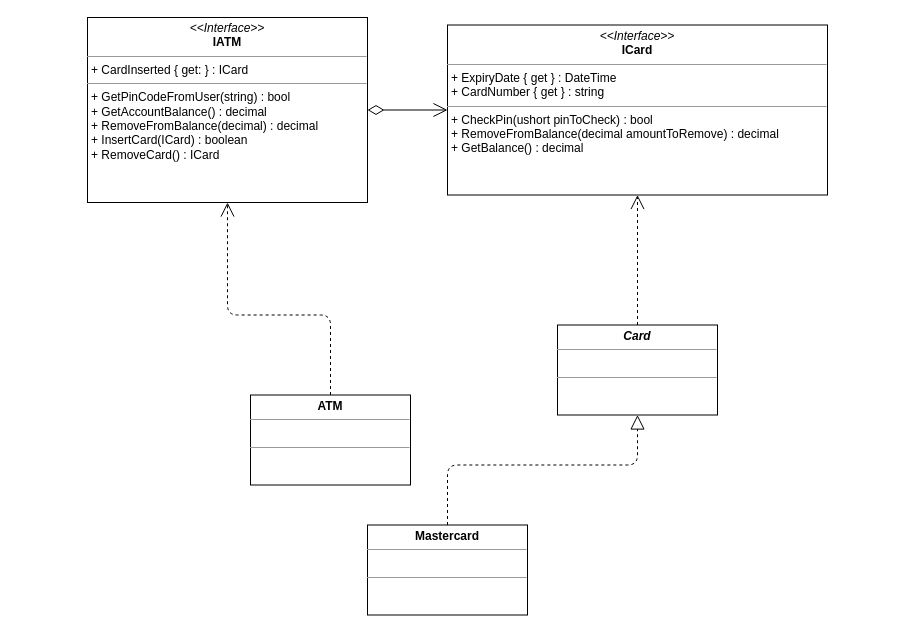
Earlier version of the draw.io diagram documents/ATM.drawio (mart610k/ATM-TestCases). Source tidied: cells renumbered, new cells numbered last; positions are measured from the earlier drawing's top-left corner, leaving out a move shared by most shapes. Both pictures are drawn from the tidied source at 100%, with x=0, y=0 at pixel (87, 17).
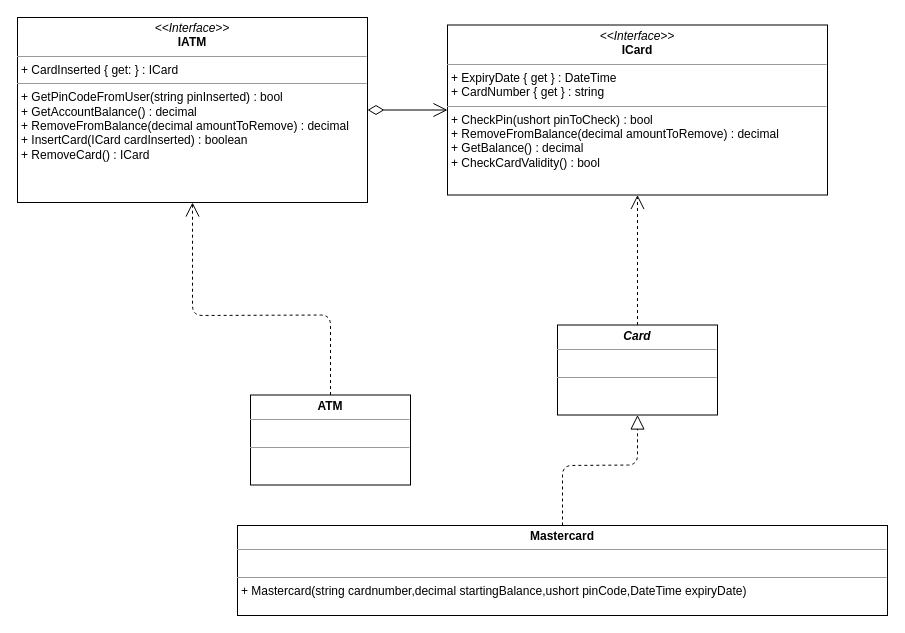
The same page after the edit.

Change to the diagram source:
```diff
@@
 <mxGraphModel>
   <root>
     <mxCell id="0" />
     <mxCell id="1" parent="0" />
-    <mxCell id="2" value="&lt;p style=&quot;margin: 0px ; margin-top: 4px ; text-align: center&quot;&gt;&lt;i&gt;&amp;lt;&amp;lt;Interface&amp;gt;&amp;gt;&lt;/i&gt;&lt;br&gt;&lt;b&gt;ICard&lt;/b&gt;&lt;/p&gt;&lt;hr size=&quot;1&quot;&gt;&lt;p style=&quot;margin: 0px ; margin-left: 4px&quot;&gt;+ ExpiryDate { get } : DateTime&amp;nbsp;&amp;nbsp;&lt;/p&gt;&lt;p style=&quot;margin: 0px ; margin-left: 4px&quot;&gt;+ CardNumber { get } : string&lt;/p&gt;&lt;hr size=&quot;1&quot;&gt;&lt;p style=&quot;margin: 0px ; margin-left: 4px&quot;&gt;+ CheckPin(ushort pinToCheck) : bool&lt;/p&gt;&lt;p style=&quot;margin: 0px ; margin-left: 4px&quot;&gt;+ RemoveFromBalance(decimal amountToRemove) : decimal&lt;/p&gt;&lt;p style=&quot;margin: 0px ; margin-left: 4px&quot;&gt;+ GetBalance() : decimal&lt;/p&gt;" style="verticalAlign=top;align=left;overflow=fill;fontSize=12;fontFamily=Helvetica;html=1;" parent="1" vertex="1">
+    <mxCell id="2" value="&lt;p style=&quot;margin: 0px ; margin-top: 4px ; text-align: center&quot;&gt;&lt;i&gt;&amp;lt;&amp;lt;Interface&amp;gt;&amp;gt;&lt;/i&gt;&lt;br&gt;&lt;b&gt;ICard&lt;/b&gt;&lt;/p&gt;&lt;hr size=&quot;1&quot;&gt;&lt;p style=&quot;margin: 0px ; margin-left: 4px&quot;&gt;+ ExpiryDate { get } : DateTime&amp;nbsp;&amp;nbsp;&lt;/p&gt;&lt;p style=&quot;margin: 0px ; margin-left: 4px&quot;&gt;+ CardNumber { get } : string&lt;/p&gt;&lt;hr size=&quot;1&quot;&gt;&lt;p style=&quot;margin: 0px ; margin-left: 4px&quot;&gt;+ CheckPin(ushort pinToCheck) : bool&lt;/p&gt;&lt;p style=&quot;margin: 0px ; margin-left: 4px&quot;&gt;+ RemoveFromBalance(decimal amountToRemove) : decimal&lt;/p&gt;&lt;p style=&quot;margin: 0px ; margin-left: 4px&quot;&gt;+ GetBalance() : decimal&lt;/p&gt;&lt;p style=&quot;margin: 0px ; margin-left: 4px&quot;&gt;+ CheckCardValidity() : bool&lt;/p&gt;" style="verticalAlign=top;align=left;overflow=fill;fontSize=12;fontFamily=Helvetica;html=1;" parent="1" vertex="1">
       <mxGeometry x="360" y="7.5" width="380" height="170" as="geometry" />
     </mxCell>
     <mxCell id="3" value="&lt;p style=&quot;margin: 0px ; margin-top: 4px ; text-align: center&quot;&gt;&lt;b&gt;&lt;i&gt;Card&lt;/i&gt;&lt;/b&gt;&lt;/p&gt;&lt;hr size=&quot;1&quot;&gt;&lt;p style=&quot;margin: 0px ; margin-left: 4px&quot;&gt;&lt;br&gt;&lt;/p&gt;&lt;hr size=&quot;1&quot;&gt;&lt;p style=&quot;margin: 0px ; margin-left: 4px&quot;&gt;&lt;br&gt;&lt;/p&gt;" style="verticalAlign=top;align=left;overflow=fill;fontSize=12;fontFamily=Helvetica;html=1;" parent="1" vertex="1">
       <mxGeometry x="470" y="307.5" width="160" height="90" as="geometry" />
     </mxCell>
     <mxCell id="4" style="endArrow=open;endSize=12;dashed=1;html=1;exitX=0.5;exitY=0;exitDx=0;exitDy=0;entryX=0.5;entryY=1;entryDx=0;entryDy=0;" parent="1" edge="1" source="3" target="2">
       <mxGeometry x="0.08" y="-93" relative="1" as="geometry" />
     </mxCell>
-    <mxCell id="5" value="&lt;p style=&quot;margin: 0px ; margin-top: 4px ; text-align: center&quot;&gt;&lt;b&gt;Mastercard&lt;/b&gt;&lt;/p&gt;&lt;hr size=&quot;1&quot;&gt;&lt;p style=&quot;margin: 0px ; margin-left: 4px&quot;&gt;&lt;br&gt;&lt;/p&gt;&lt;hr size=&quot;1&quot;&gt;&lt;p style=&quot;margin: 0px ; margin-left: 4px&quot;&gt;&lt;br&gt;&lt;/p&gt;" style="verticalAlign=top;align=left;overflow=fill;fontSize=12;fontFamily=Helvetica;html=1;" parent="1" vertex="1">
-      <mxGeometry x="280" y="507.5" width="160" height="90" as="geometry" />
+    <mxCell id="5" value="&lt;p style=&quot;margin: 0px ; margin-top: 4px ; text-align: center&quot;&gt;&lt;b&gt;Mastercard&lt;/b&gt;&lt;/p&gt;&lt;hr size=&quot;1&quot;&gt;&lt;p style=&quot;margin: 0px ; margin-left: 4px&quot;&gt;&lt;br&gt;&lt;/p&gt;&lt;hr size=&quot;1&quot;&gt;&lt;p style=&quot;margin: 0px ; margin-left: 4px&quot;&gt;+ Mastercard(string cardnumber,decimal startingBalance,ushort pinCode,DateTime expiryDate)&lt;/p&gt;" style="verticalAlign=top;align=left;overflow=fill;fontSize=12;fontFamily=Helvetica;html=1;" parent="1" vertex="1">
+      <mxGeometry x="150" y="508" width="650" height="90" as="geometry" />
     </mxCell>
     <mxCell id="6" style="endArrow=block;dashed=1;endFill=0;endSize=12;html=1;exitX=0.5;exitY=0;exitDx=0;exitDy=0;entryX=0.5;entryY=1;entryDx=0;entryDy=0;" parent="1" edge="1" source="5" target="3">
       <mxGeometry relative="1" as="geometry">
         <Array as="points">
-          <mxPoint x="360" y="447.5" />
+          <mxPoint x="475" y="448" />
           <mxPoint x="550" y="447.5" />
         </Array>
       </mxGeometry>
     </mxCell>
-    <mxCell id="7" value="&lt;p style=&quot;margin: 0px ; margin-top: 4px ; text-align: center&quot;&gt;&lt;i&gt;&amp;lt;&amp;lt;Interface&amp;gt;&amp;gt;&lt;/i&gt;&lt;br&gt;&lt;b&gt;IATM&lt;/b&gt;&lt;/p&gt;&lt;hr size=&quot;1&quot;&gt;&lt;p style=&quot;margin: 0px ; margin-left: 4px&quot;&gt;+ CardInserted { get: } : ICard&lt;/p&gt;&lt;hr size=&quot;1&quot;&gt;&lt;p style=&quot;margin: 0px ; margin-left: 4px&quot;&gt;+ GetPinCodeFromUser(string) : bool&lt;br&gt;+ GetAccountBalance() : decimal&lt;/p&gt;&lt;p style=&quot;margin: 0px ; margin-left: 4px&quot;&gt;+ RemoveFromBalance(decimal) : decimal&lt;/p&gt;&lt;p style=&quot;margin: 0px ; margin-left: 4px&quot;&gt;+ InsertCard(ICard) : boolean&lt;/p&gt;&lt;p style=&quot;margin: 0px ; margin-left: 4px&quot;&gt;+ RemoveCard() : ICard&lt;/p&gt;" style="verticalAlign=top;align=left;overflow=fill;fontSize=12;fontFamily=Helvetica;html=1;" parent="1" vertex="1">
-      <mxGeometry width="280" height="185" as="geometry" />
+    <mxCell id="7" value="&lt;p style=&quot;margin: 0px ; margin-top: 4px ; text-align: center&quot;&gt;&lt;i&gt;&amp;lt;&amp;lt;Interface&amp;gt;&amp;gt;&lt;/i&gt;&lt;br&gt;&lt;b&gt;IATM&lt;/b&gt;&lt;/p&gt;&lt;hr size=&quot;1&quot;&gt;&lt;p style=&quot;margin: 0px ; margin-left: 4px&quot;&gt;+ CardInserted { get: } : ICard&lt;/p&gt;&lt;hr size=&quot;1&quot;&gt;&lt;p style=&quot;margin: 0px ; margin-left: 4px&quot;&gt;+ GetPinCodeFromUser(string pinInserted) : bool&lt;br&gt;+ GetAccountBalance() : decimal&lt;/p&gt;&lt;p style=&quot;margin: 0px ; margin-left: 4px&quot;&gt;+ RemoveFromBalance(decimal amountToRemove) : decimal&lt;/p&gt;&lt;p style=&quot;margin: 0px ; margin-left: 4px&quot;&gt;+ InsertCard(ICard cardInserted) : boolean&lt;/p&gt;&lt;p style=&quot;margin: 0px ; margin-left: 4px&quot;&gt;+ RemoveCard() : ICard&lt;/p&gt;" style="verticalAlign=top;align=left;overflow=fill;fontSize=12;fontFamily=Helvetica;html=1;" parent="1" vertex="1">
+      <mxGeometry x="-70" width="350" height="185" as="geometry" />
     </mxCell>
     <mxCell id="8" style="endArrow=open;html=1;endSize=12;startArrow=diamondThin;startSize=14;startFill=0;edgeStyle=orthogonalEdgeStyle;align=left;verticalAlign=bottom;exitX=1;exitY=0.5;exitDx=0;exitDy=0;entryX=0;entryY=0.5;entryDx=0;entryDy=0;" parent="1" edge="1" source="7" target="2">
       <mxGeometry x="-1" y="3" relative="1" as="geometry" />
     </mxCell>
     <mxCell id="9" value="&lt;p style=&quot;margin: 0px ; margin-top: 4px ; text-align: center&quot;&gt;&lt;b&gt;ATM&lt;/b&gt;&lt;/p&gt;&lt;hr size=&quot;1&quot;&gt;&lt;p style=&quot;margin: 0px ; margin-left: 4px&quot;&gt;&lt;br&gt;&lt;/p&gt;&lt;hr size=&quot;1&quot;&gt;&lt;p style=&quot;margin: 0px ; margin-left: 4px&quot;&gt;&lt;br&gt;&lt;/p&gt;" style="verticalAlign=top;align=left;overflow=fill;fontSize=12;fontFamily=Helvetica;html=1;" parent="1" vertex="1">
       <mxGeometry x="163" y="377.5" width="160" height="90" as="geometry" />
     </mxCell>
     <mxCell id="10" style="endArrow=open;endSize=12;dashed=1;html=1;exitX=0.5;exitY=0;exitDx=0;exitDy=0;entryX=0.5;entryY=1;entryDx=0;entryDy=0;" parent="1" edge="1" source="9" target="7">
       <mxGeometry x="0.08" y="-93" relative="1" as="geometry">
         <Array as="points">
           <mxPoint x="243" y="297.5" />
-          <mxPoint x="140" y="297.5" />
+          <mxPoint x="105" y="298" />
         </Array>
       </mxGeometry>
     </mxCell>
   </root>
 </mxGraphModel>
```
